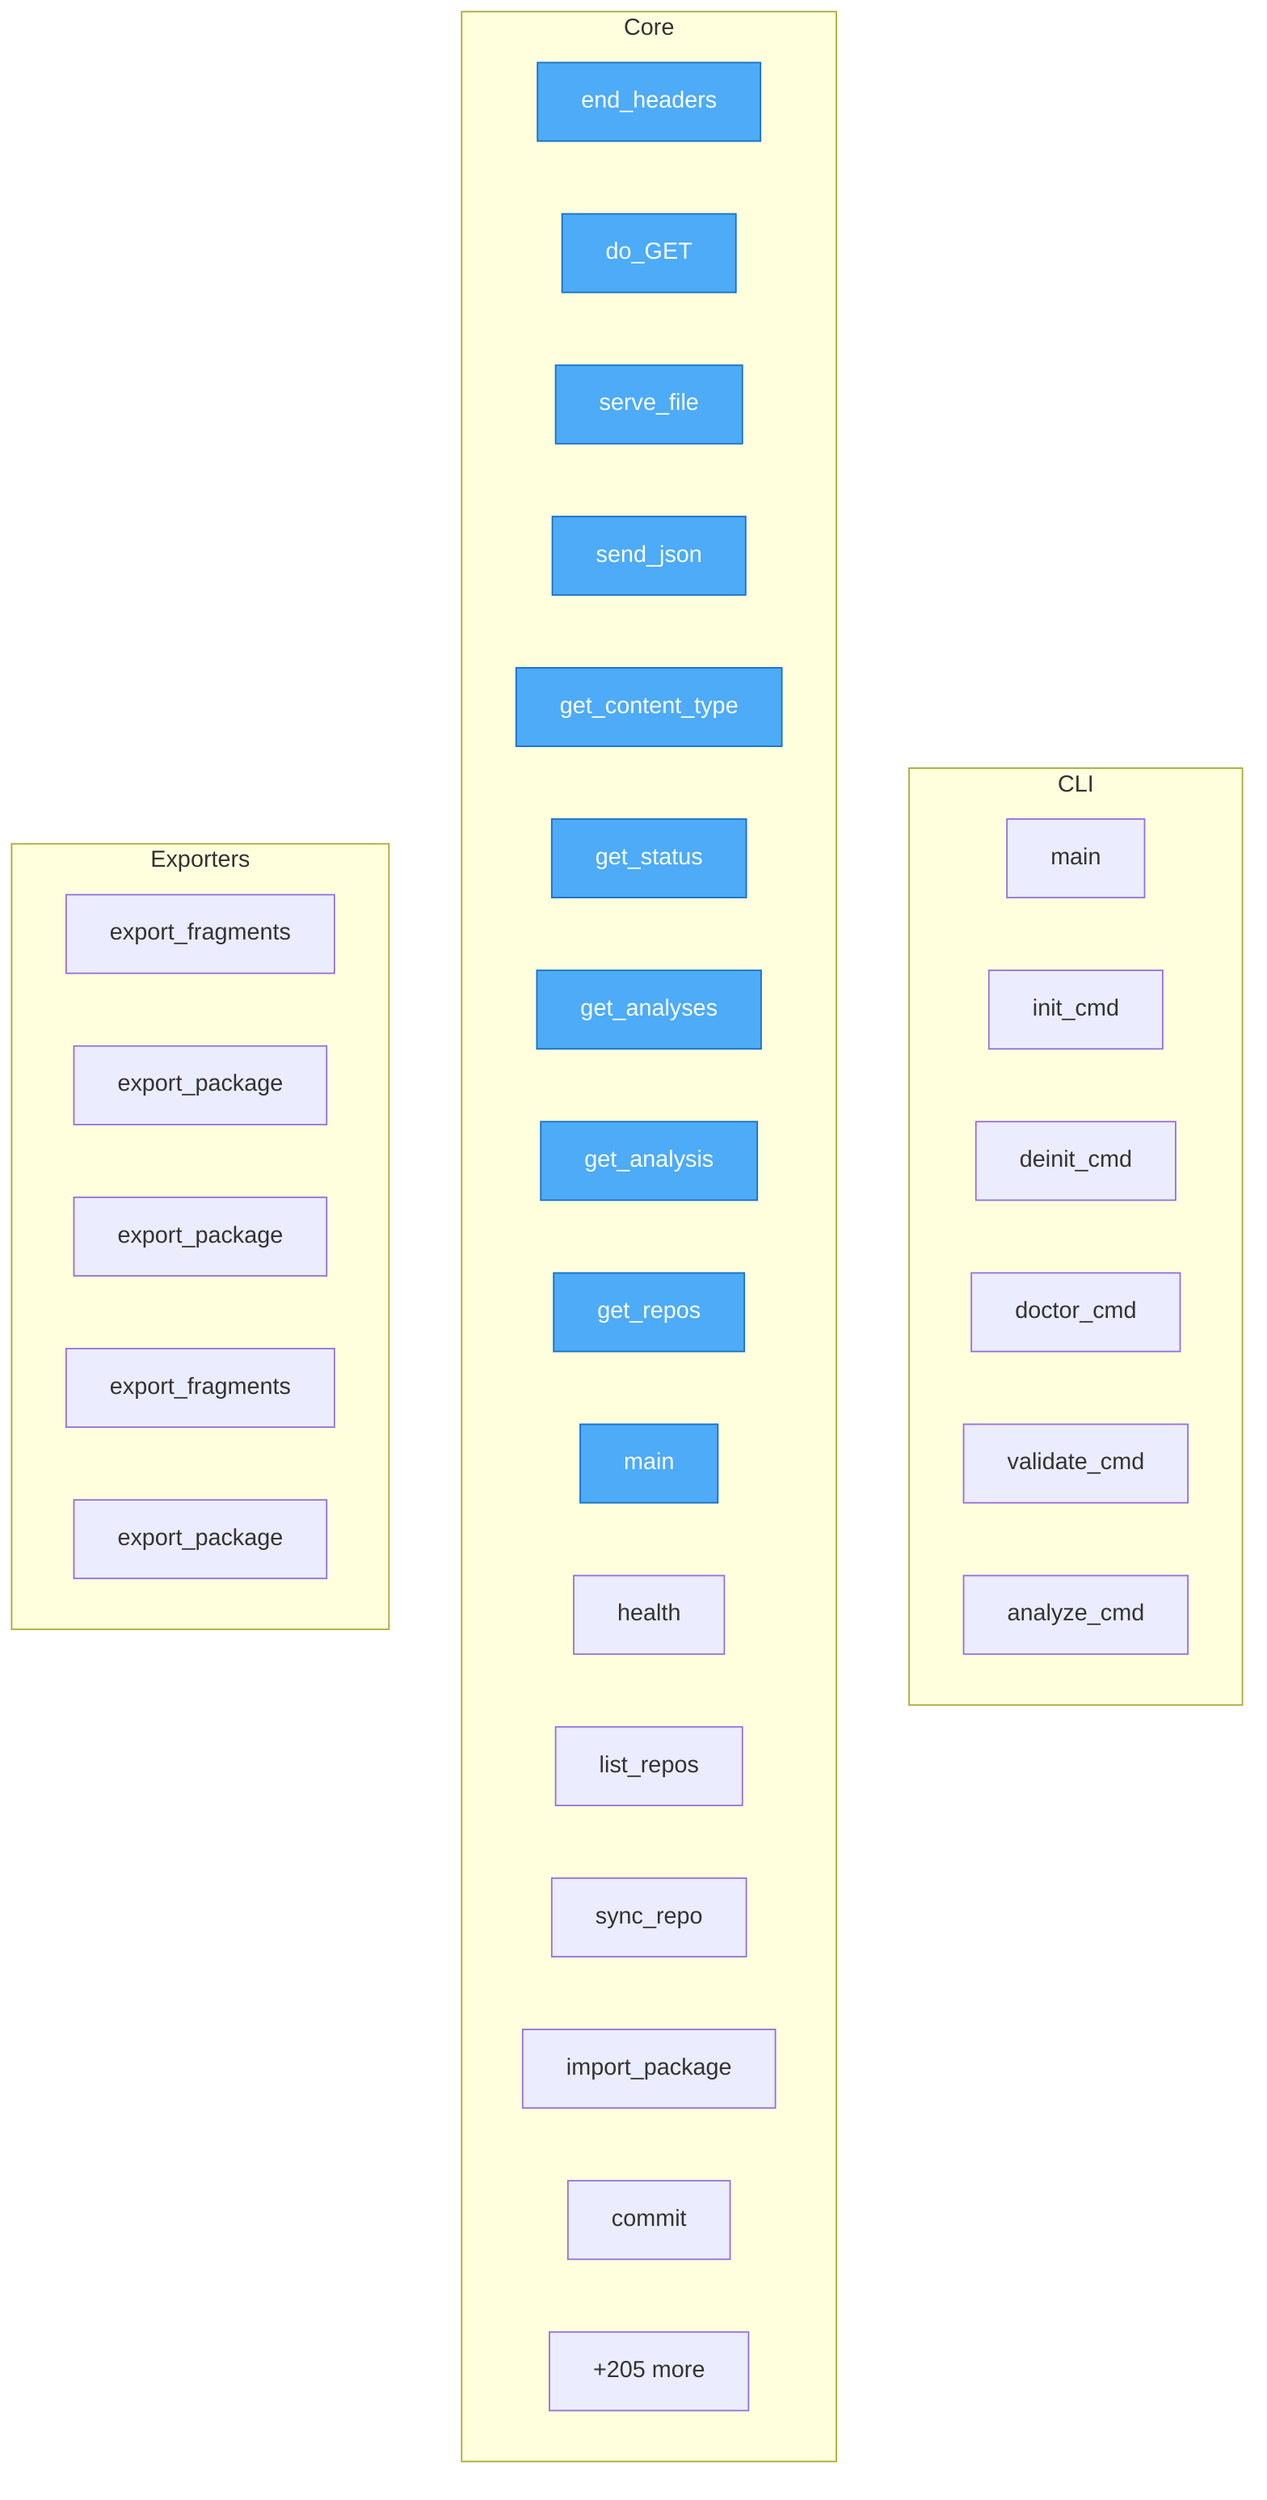
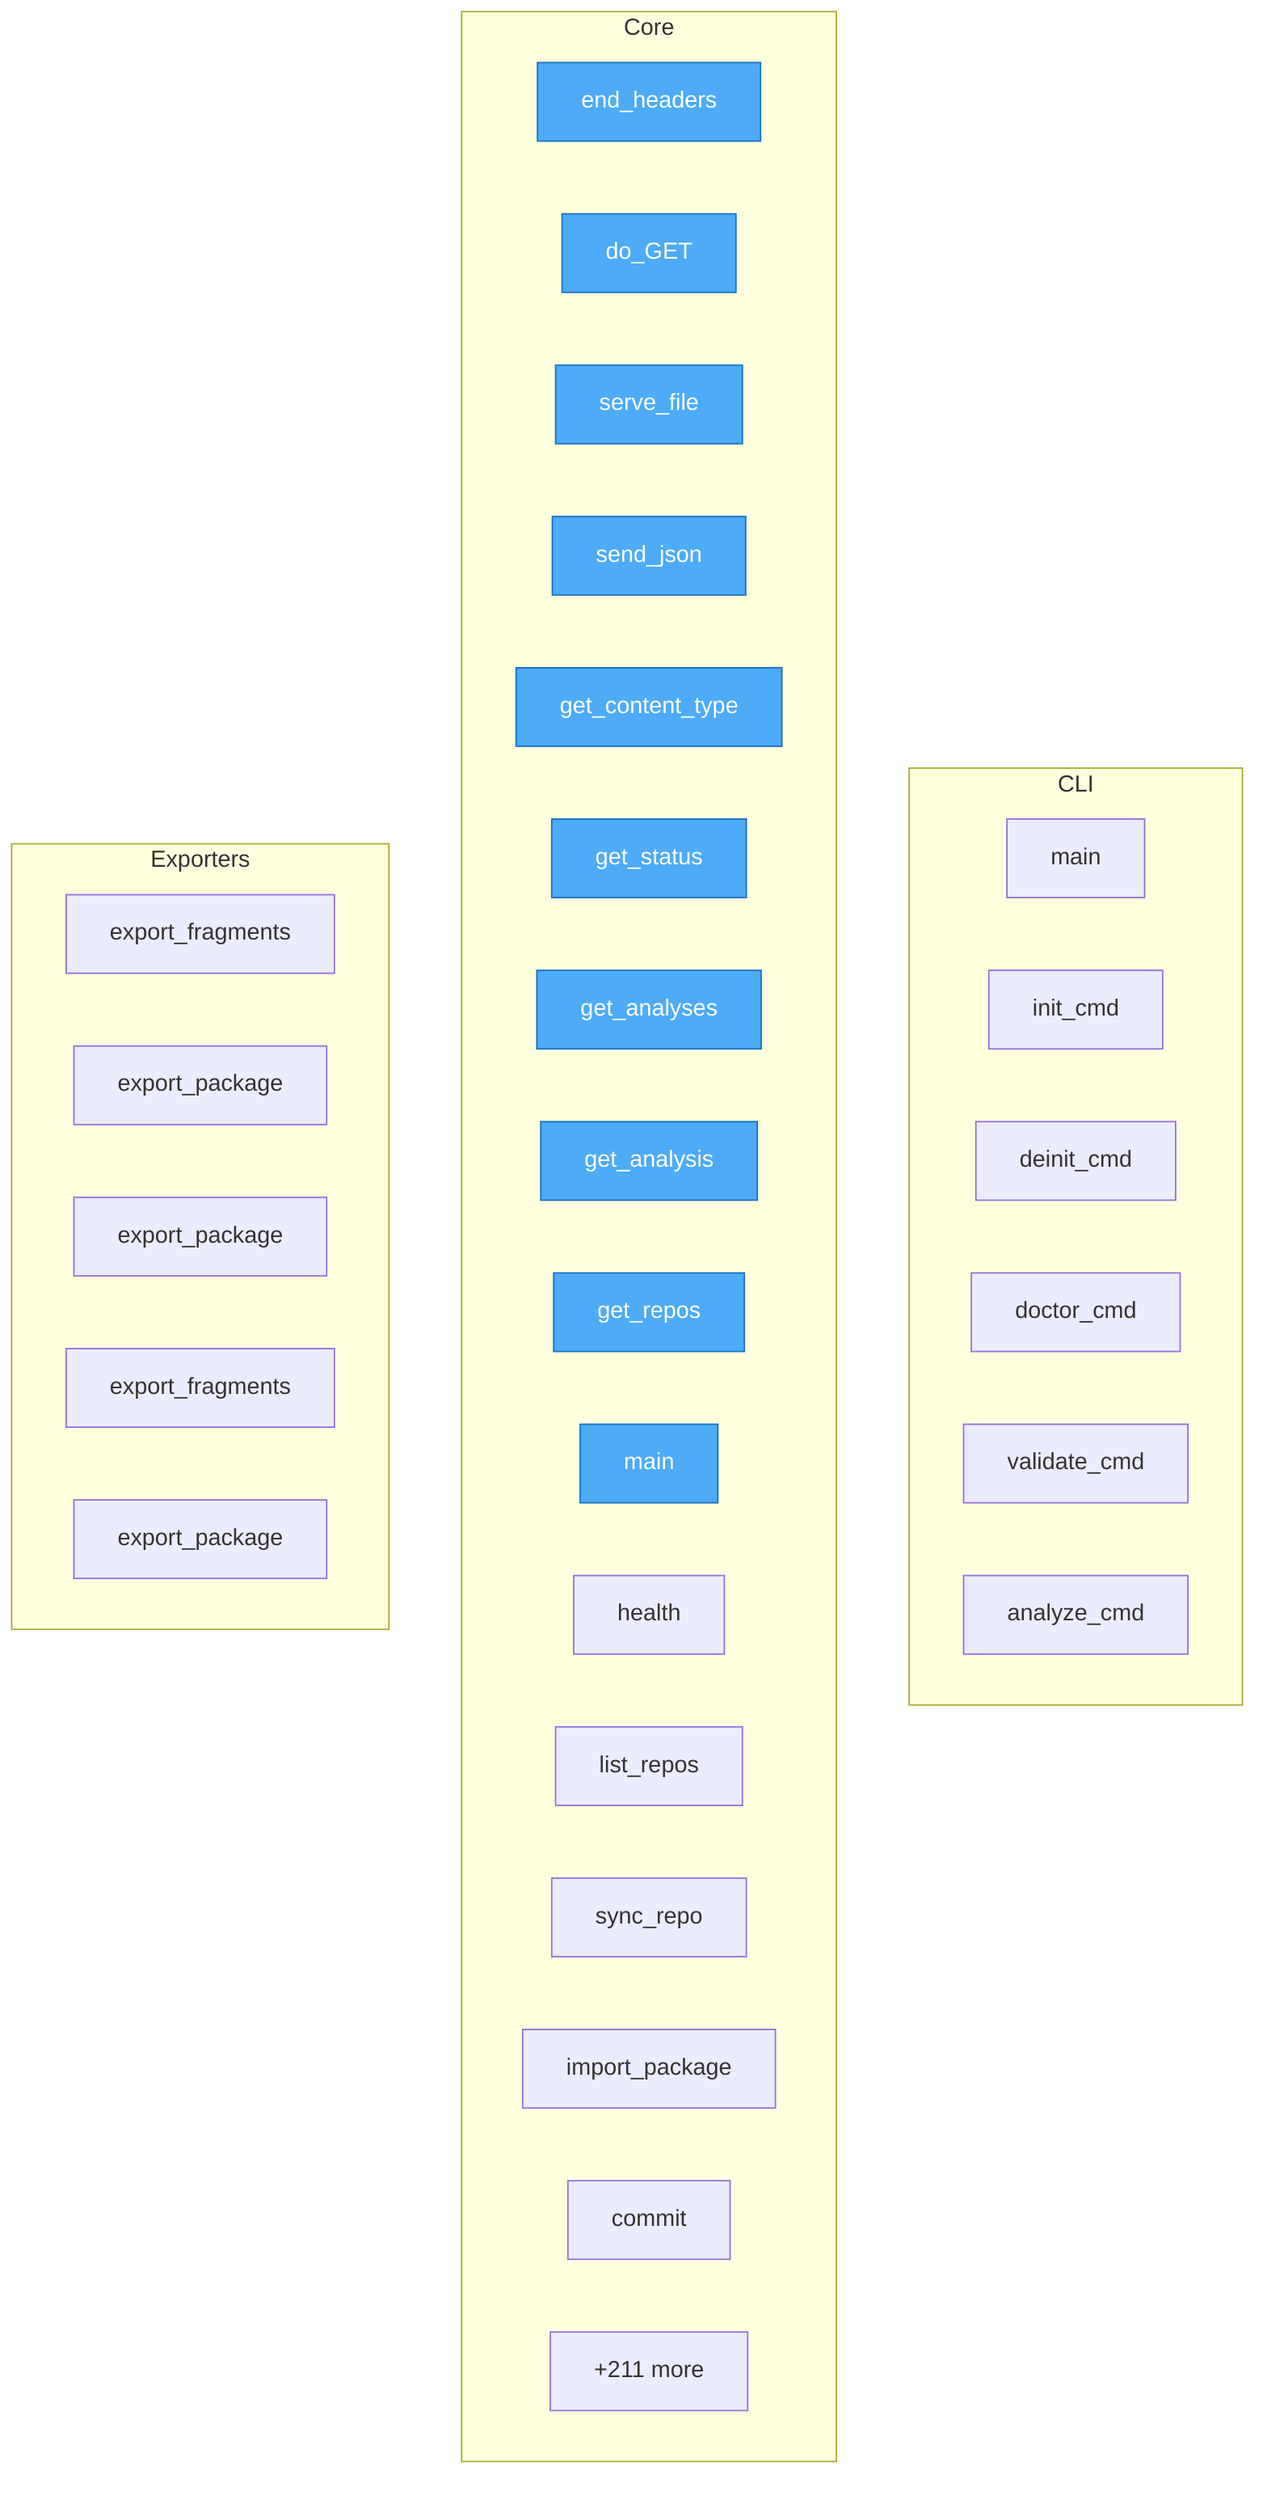
flowchart TD
%% generated in 0.01s

    %% Entry points (blue)
    classDef entry fill:#4dabf7,stroke:#1971c2,color:#fff

    subgraph CLI
        semcod_mcp__cli__main["main"]
        semcod_mcp__cli__init_cmd["init_cmd"]
        semcod_mcp__cli__deinit_cmd["deinit_cmd"]
        semcod_mcp__cli__doctor_cmd["doctor_cmd"]
        semcod_mcp__cli__validate_cmd["validate_cmd"]
        semcod_mcp__cli__analyze_cmd["analyze_cmd"]
    end

    subgraph Core
        dashboard__server__DashboardHandler__end_headers["end_headers"]
        dashboard__server__DashboardHandler__do_GET["do_GET"]
        dashboard__server__DashboardHandler__serve_file["serve_file"]
        dashboard__server__DashboardHandler__send_json["send_json"]
        dashboard__server__DashboardHandler__get_content_type["get_content_type"]
        dashboard__server__DashboardHandler__get_status["get_status"]
        dashboard__server__DashboardHandler__get_analyses["get_analyses"]
        dashboard__server__DashboardHandler__get_analysis["get_analysis"]
        dashboard__server__DashboardHandler__get_repos["get_repos"]
        dashboard__server__main["main"]
        mcp_git_proxy__server__health["health"]
        mcp_git_proxy__server__list_repos["list_repos"]
        mcp_git_proxy__server__sync_repo["sync_repo"]
        mcp_git_proxy__server__import_package["import_package"]
        mcp_git_proxy__server__commit["commit"]
-         ...["+205 more"]
+         ...["+211 more"]
    end

    subgraph Exporters
        mcp_git_proxy__server__export_fragments["export_fragments"]
        mcp_git_proxy__server__export_package["export_package"]
        git2mcp__git2mcp__proxy__GitProxyManager__export_package["export_package"]
        git2mcp__git2mcp__proxy__GitProxyManager__export_fragments["export_fragments"]
        git2mcp__git2mcp__client__Git2MCPClient__export_package["export_package"]
    end

    class dashboard__server__DashboardHandler__end_headers,dashboard__server__DashboardHandler__do_GET,dashboard__server__DashboardHandler__serve_file,dashboard__server__DashboardHandler__send_json,dashboard__server__DashboardHandler__get_content_type,dashboard__server__DashboardHandler__get_status,dashboard__server__DashboardHandler__get_analyses,dashboard__server__DashboardHandler__get_analysis,dashboard__server__DashboardHandler__get_repos,dashboard__server__main entry
